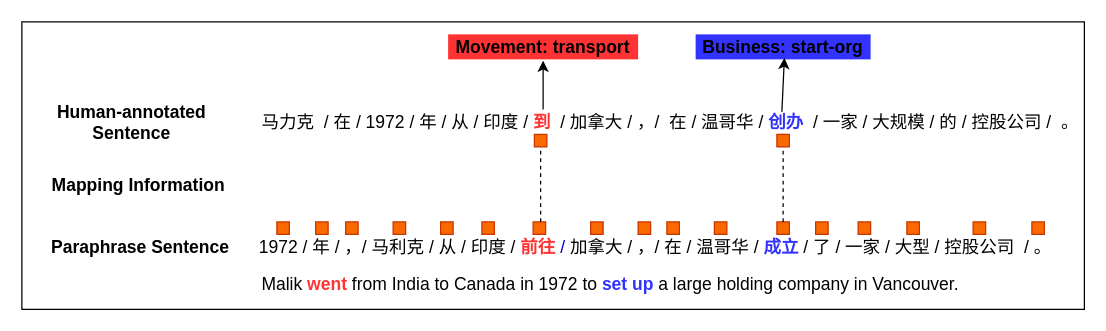
Above: alignmeng.drawio in gitofding/first_repository (draw.io), before the change. Source tidied: cells renumbered, new cells numbered last; positions are measured from the earlier drawing's top-left corner, leaving out a move shared by most shapes. Both pictures are drawn from the tidied source at 125%, with x=0, y=0 at pixel (21, 21).
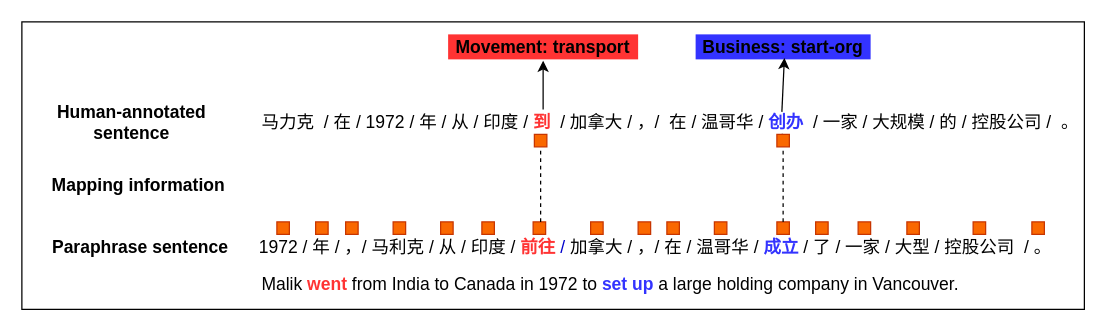
After the change.

Diff of the diagram source:
```diff
@@
-    <mxCell id="5" value="&lt;b&gt;&lt;font style=&quot;font-size: 14px&quot;&gt;Paraphrase Sentence&lt;/font&gt;&lt;/b&gt;" style="text;html=1;strokeColor=none;fillColor=none;align=center;verticalAlign=middle;whiteSpace=wrap;rounded=0;" parent="1" vertex="1">
+    <mxCell id="5" value="&lt;b&gt;&lt;font style=&quot;font-size: 14px&quot;&gt;Paraphrase sentence&lt;/font&gt;&lt;/b&gt;" style="text;html=1;strokeColor=none;fillColor=none;align=center;verticalAlign=middle;whiteSpace=wrap;rounded=0;" parent="1" vertex="1">
       <mxGeometry x="20.2" y="170" width="150" height="20" as="geometry" />
     </mxCell>
-    <mxCell id="6" value="&lt;b&gt;&lt;font style=&quot;font-size: 14px&quot;&gt;Mapping Information&lt;/font&gt;&lt;/b&gt;" style="text;html=1;strokeColor=none;fillColor=none;align=center;verticalAlign=middle;whiteSpace=wrap;rounded=0;" parent="1" vertex="1">
+    <mxCell id="6" value="&lt;b&gt;&lt;font style=&quot;font-size: 14px&quot;&gt;Mapping information&lt;/font&gt;&lt;/b&gt;" style="text;html=1;strokeColor=none;fillColor=none;align=center;verticalAlign=middle;whiteSpace=wrap;rounded=0;" parent="1" vertex="1">
       <mxGeometry x="20.2" y="120.5" width="147" height="20" as="geometry" />
     </mxCell>
-    <mxCell id="7" value="&lt;b&gt;&lt;font style=&quot;font-size: 14px&quot;&gt;Human-annotated Sentence&lt;/font&gt;&lt;/b&gt;" style="text;html=1;strokeColor=none;fillColor=none;align=center;verticalAlign=middle;whiteSpace=wrap;rounded=0;" parent="1" vertex="1">
+    <mxCell id="7" value="&lt;b&gt;&lt;font style=&quot;font-size: 14px&quot;&gt;Human-annotated sentence&lt;/font&gt;&lt;/b&gt;" style="text;html=1;strokeColor=none;fillColor=none;align=center;verticalAlign=middle;whiteSpace=wrap;rounded=0;" parent="1" vertex="1">
       <mxGeometry x="20.2" y="70" width="135.5" height="20" as="geometry" />
     </mxCell>
```
